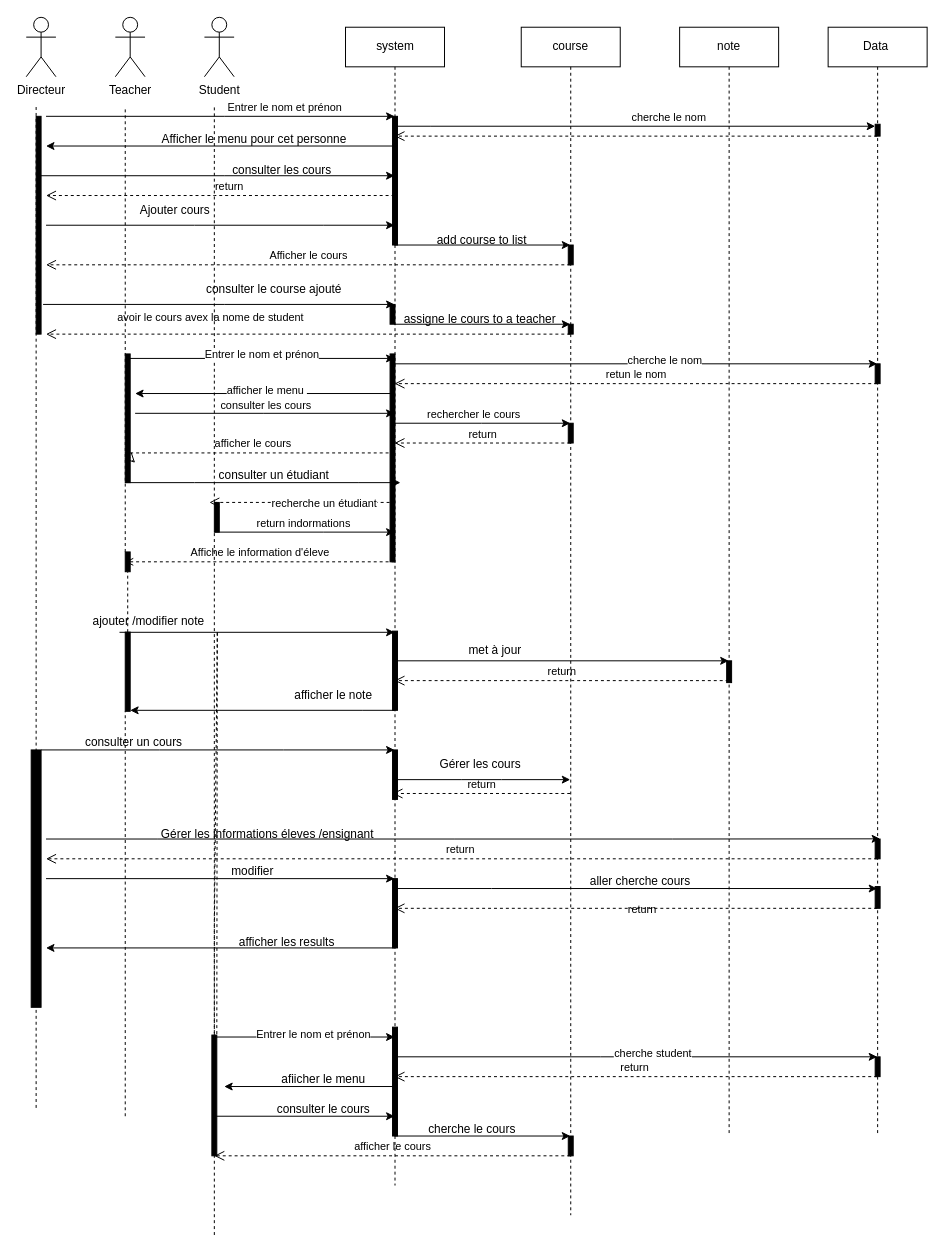
Above: docs/diagramme(s) de séquences (de certains cas d'utilisation).drawio in johandeschamps/gestion_ecole (draw.io), before the change. Source tidied: cells renumbered, new cells numbered last; positions are measured from the earlier drawing's top-left corner, leaving out a move shared by most shapes. Both pictures are drawn from the tidied source at 99%, with x=0, y=0 at pixel (26, 17).
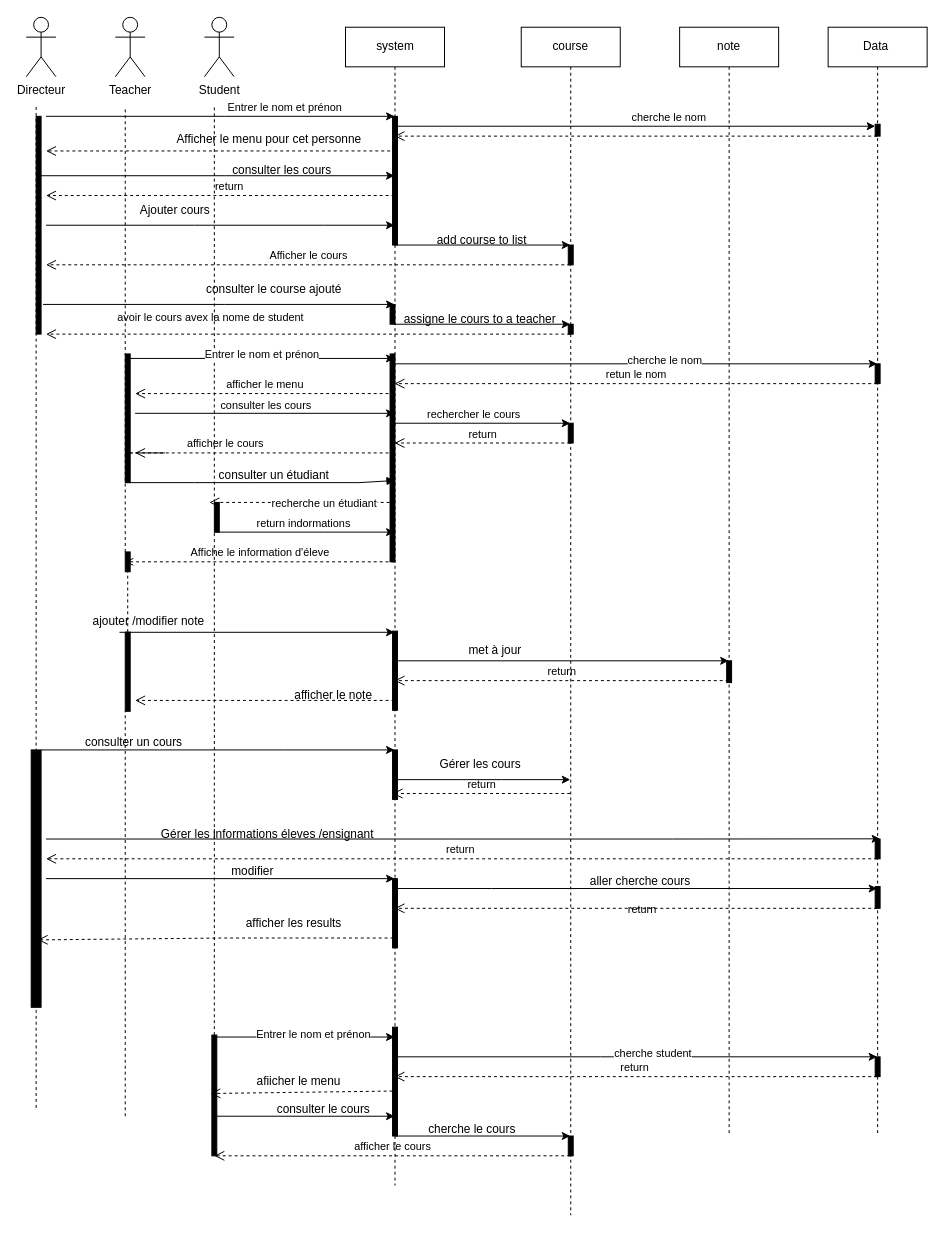
Above is the later version.

Commit message:
Mettre à jour diagramme(s) de séquences (de certains cas d'utilisation).drawio

The change refers to these unchanged cells:
```xml
<mxCell id="15" value="system" style="shape=umlLifeline;perimeter=lifelinePerimeter;whiteSpace=wrap;html=1;outlineConnect=0;portConstraint=eastwest;newEdgeStyle={&quot;edgeStyle&quot;:&quot;elbowEdgeStyle&quot;,&quot;elbow&quot;:&quot;vertical&quot;,&quot;curved&quot;:0,&quot;rounded&quot;:0};" parent="1" vertex="1">
  <mxGeometry x="322.5" y="10" width="100" height="1170" as="geometry" />
</mxCell>
<mxCell id="22" style="html=1;points=[];perimeter=orthogonalPerimeter;fillColor=strokeColor;" parent="1" vertex="1">
  <mxGeometry x="100" y="340" width="5" height="130" as="geometry" />
</mxCell>
<mxCell id="53" style="html=1;points=[];perimeter=orthogonalPerimeter;fillColor=strokeColor;" parent="1" vertex="1">
  <mxGeometry x="5" y="740" width="10" height="260" as="geometry" />
</mxCell>
<mxCell id="97" style="html=1;points=[];perimeter=orthogonalPerimeter;fillColor=strokeColor;" parent="1" vertex="1">
  <mxGeometry x="370" y="100" width="5" height="130" as="geometry" />
</mxCell>
<mxCell id="101" style="html=1;points=[];perimeter=orthogonalPerimeter;fillColor=strokeColor;" parent="1" vertex="1">
  <mxGeometry x="367.5" y="340" width="5" height="210" as="geometry" />
</mxCell>
<mxCell id="103" style="html=1;points=[];perimeter=orthogonalPerimeter;fillColor=strokeColor;" parent="1" vertex="1">
  <mxGeometry x="100" y="621" width="5" height="80" as="geometry" />
</mxCell>
<mxCell id="109" style="html=1;points=[];perimeter=orthogonalPerimeter;fillColor=strokeColor;" parent="1" vertex="1">
  <mxGeometry x="187.5" y="1028" width="5" height="122" as="geometry" />
</mxCell>
<mxCell id="111" style="html=1;points=[];perimeter=orthogonalPerimeter;fillColor=strokeColor;" parent="1" vertex="1">
  <mxGeometry x="370" y="1020" width="5" height="110" as="geometry" />
</mxCell>
```

The edit, as a diff of the source:
```diff
@@
     <mxCell id="26" value="afficher le cours" style="endArrow=open;startArrow=none;endFill=0;startFill=0;endSize=8;html=1;verticalAlign=bottom;dashed=1;labelBackgroundColor=none;rounded=0;" parent="1" edge="1" source="15">
       <mxGeometry relative="1" as="geometry">
-        <mxPoint x="110" y="450" as="targetPoint" />
+        <mxPoint x="110" y="440" as="targetPoint" />
         <Array as="points">
           <mxPoint x="240" y="440" />
           <mxPoint x="110" y="440" />
           <mxPoint x="100" y="440" />
+          <mxPoint x="140" y="440" />
         </Array>
       </mxGeometry>
     </mxCell>
-    <mxCell id="27" style="html=1;verticalAlign=bottom;labelBackgroundColor=none;endArrow=block;endFill=1;rounded=0;" parent="1" edge="1">
+    <mxCell id="27" style="html=1;verticalAlign=bottom;labelBackgroundColor=none;endArrow=block;endFill=1;rounded=0;entryX=0.98;entryY=0.609;entryDx=0;entryDy=0;entryPerimeter=0;" parent="1" edge="1" target="101">
       <mxGeometry relative="1" as="geometry">
         <mxPoint x="100" y="470" as="sourcePoint" />
-        <mxPoint x="378" y="470" as="targetPoint" />
         <Array as="points">
           <mxPoint x="170" y="470" />
           <mxPoint x="226" y="470" />
           <mxPoint x="336" y="470" />
         </Array>
       </mxGeometry>
     </mxCell>
@@
-    <mxCell id="61" style="endArrow=classic;html=1;rounded=0;" parent="1" edge="1" source="15" target="103">
-      <mxGeometry relative="1" as="geometry">
-        <Array as="points">
-          <mxPoint x="340" y="700" />
-        </Array>
-      </mxGeometry>
-    </mxCell>
@@
-    <mxCell id="68" style="endArrow=classic;html=1;rounded=0;" parent="1" edge="1" source="15">
-      <mxGeometry relative="1" as="geometry">
-        <mxPoint x="20" y="940" as="targetPoint" />
-        <Array as="points">
-          <mxPoint x="290" y="940" />
-        </Array>
-      </mxGeometry>
-    </mxCell>
     <mxCell id="69" value="afficher les results" style="text;html=1;align=center;verticalAlign=middle;strokeColor=none;fillColor=none;" parent="1" vertex="1">
-      <mxGeometry x="202.5" y="920" width="120" height="30" as="geometry" />
+      <mxGeometry x="210" y="900" width="120" height="30" as="geometry" />
     </mxCell>
@@
-    <mxCell id="75" style="endArrow=classic;html=1;rounded=0;" parent="1" edge="1" source="15">
-      <mxGeometry relative="1" as="geometry">
-        <mxPoint x="20" y="130" as="targetPoint" />
-      </mxGeometry>
-    </mxCell>
     <mxCell id="76" value="Afficher le menu pour cet personne" style="text;html=1;align=center;verticalAlign=middle;strokeColor=none;fillColor=none;" parent="1" vertex="1">
-      <mxGeometry x="125" y="108" width="210" height="30" as="geometry" />
+      <mxGeometry x="140" y="108" width="210" height="30" as="geometry" />
     </mxCell>
@@
-    <mxCell id="82" style="endArrow=classic;html=1;rounded=0;" parent="1" edge="1" source="15">
-      <mxGeometry relative="1" as="geometry">
-        <mxPoint x="110" y="380" as="targetPoint" />
-      </mxGeometry>
-    </mxCell>
-    <mxCell id="83" value="afficher le menu&amp;nbsp;" style="edgeLabel;html=1;align=center;verticalAlign=middle;" parent="82" vertex="1">
-      <mxGeometry x="-0.01" y="-4" relative="1" as="geometry" />
-    </mxCell>
@@
-    <mxCell id="89" style="endArrow=classic;html=1;rounded=0;" parent="1" edge="1" source="15">
-      <mxGeometry relative="1" as="geometry">
-        <mxPoint x="200" y="1080" as="targetPoint" />
-        <Array as="points">
-          <mxPoint x="200" y="1080" />
-        </Array>
-      </mxGeometry>
-    </mxCell>
     <mxCell id="90" value="afiicher le menu" style="text;html=1;align=center;verticalAlign=middle;strokeColor=none;fillColor=none;" parent="1" vertex="1">
-      <mxGeometry x="245" y="1058" width="110" height="30" as="geometry" />
+      <mxGeometry x="220" y="1060" width="110" height="30" as="geometry" />
     </mxCell>
@@
-    <mxCell id="108" style="endArrow=none;dashed=1;html=1;rounded=0;" parent="1" edge="1" target="109">
-      <mxGeometry relative="1" as="geometry">
-        <mxPoint x="190" y="1230" as="sourcePoint" />
-        <Array as="points">
-          <mxPoint x="190" y="920" />
-          <mxPoint x="193" y="620" />
-        </Array>
-      </mxGeometry>
-    </mxCell>
@@
+    <mxCell id="117" style="endArrow=open;startArrow=none;endFill=0;startFill=0;endSize=8;html=1;verticalAlign=bottom;dashed=1;labelBackgroundColor=none;rounded=0;exitX=-0.48;exitY=0.269;exitDx=0;exitDy=0;exitPerimeter=0;" parent="1" edge="1" source="97">
+      <mxGeometry relative="1" as="geometry">
+        <mxPoint x="20" y="135" as="targetPoint" />
+      </mxGeometry>
+    </mxCell>
+    <mxCell id="83" value="afficher le menu" style="endArrow=open;startArrow=none;endFill=0;startFill=0;endSize=8;html=1;verticalAlign=bottom;dashed=1;labelBackgroundColor=none;rounded=0;entryX=2;entryY=0.308;entryDx=0;entryDy=0;entryPerimeter=0;" parent="1" edge="1" source="15" target="22">
+      <mxGeometry relative="1" as="geometry" />
+    </mxCell>
+    <mxCell id="118" style="endArrow=open;startArrow=none;endFill=0;startFill=0;endSize=8;html=1;verticalAlign=bottom;dashed=1;labelBackgroundColor=none;rounded=0;" parent="1" edge="1" source="15">
+      <mxGeometry relative="1" as="geometry">
+        <mxPoint x="110" y="690" as="targetPoint" />
+      </mxGeometry>
+    </mxCell>
+    <mxCell id="119" style="endArrow=open;startArrow=none;endFill=0;startFill=0;endSize=8;html=1;verticalAlign=bottom;dashed=1;labelBackgroundColor=none;rounded=0;entryX=0.66;entryY=0.738;entryDx=0;entryDy=0;entryPerimeter=0;" parent="1" edge="1" target="53">
+      <mxGeometry relative="1" as="geometry">
+        <mxPoint x="371" y="930" as="sourcePoint" />
+        <Array as="points">
+          <mxPoint x="199" y="930" />
+        </Array>
+      </mxGeometry>
+    </mxCell>
+    <mxCell id="120" style="endArrow=open;startArrow=none;endFill=0;startFill=0;endSize=8;html=1;verticalAlign=bottom;dashed=1;labelBackgroundColor=none;rounded=0;exitX=0;exitY=0.587;exitDx=0;exitDy=0;exitPerimeter=0;entryX=-0.3;entryY=0.484;entryDx=0;entryDy=0;entryPerimeter=0;" parent="1" edge="1" source="111" target="109">
+      <mxGeometry relative="1" as="geometry" />
+    </mxCell>
```
